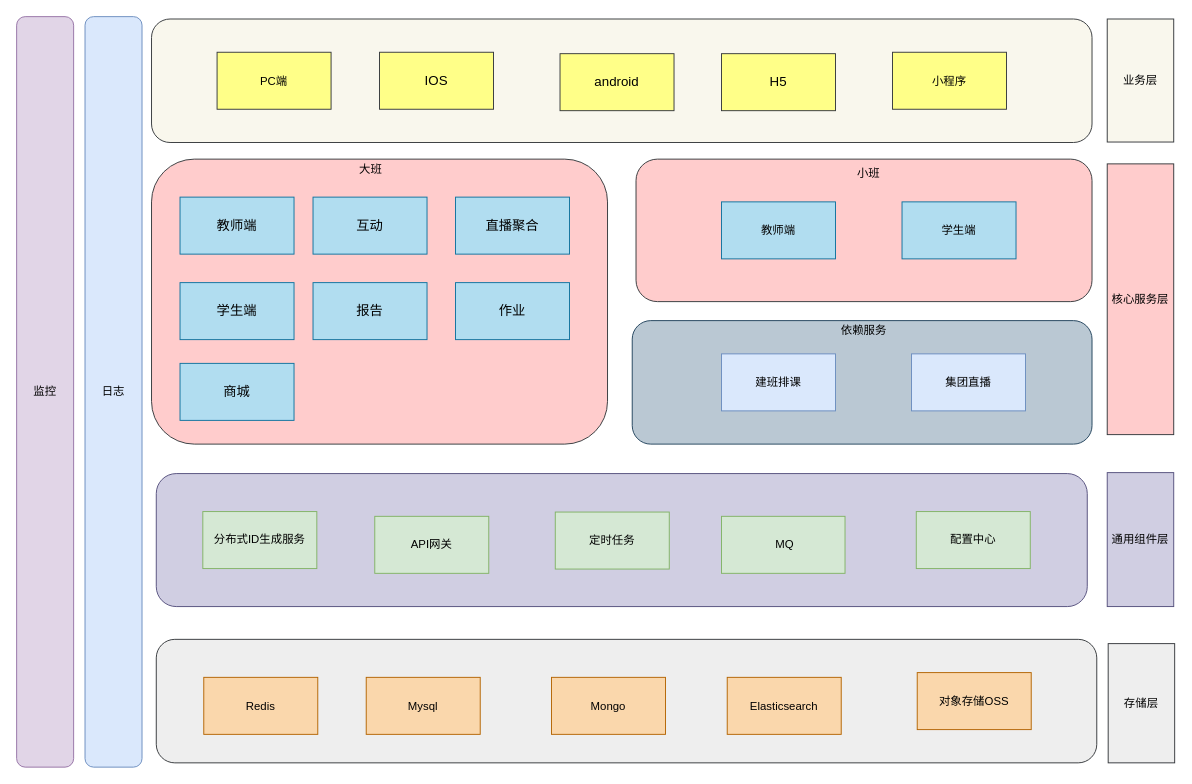
Before: src/main/resources/爱学习业务架构图.drawio in likedong/ho, a draw.io diagram. Source tidied: cells renumbered, new cells numbered last; positions are measured from the earlier drawing's top-left corner, leaving out a move shared by most shapes. Both pictures are drawn from the tidied source at 95%, with x=0, y=0 at pixel (16, 16).
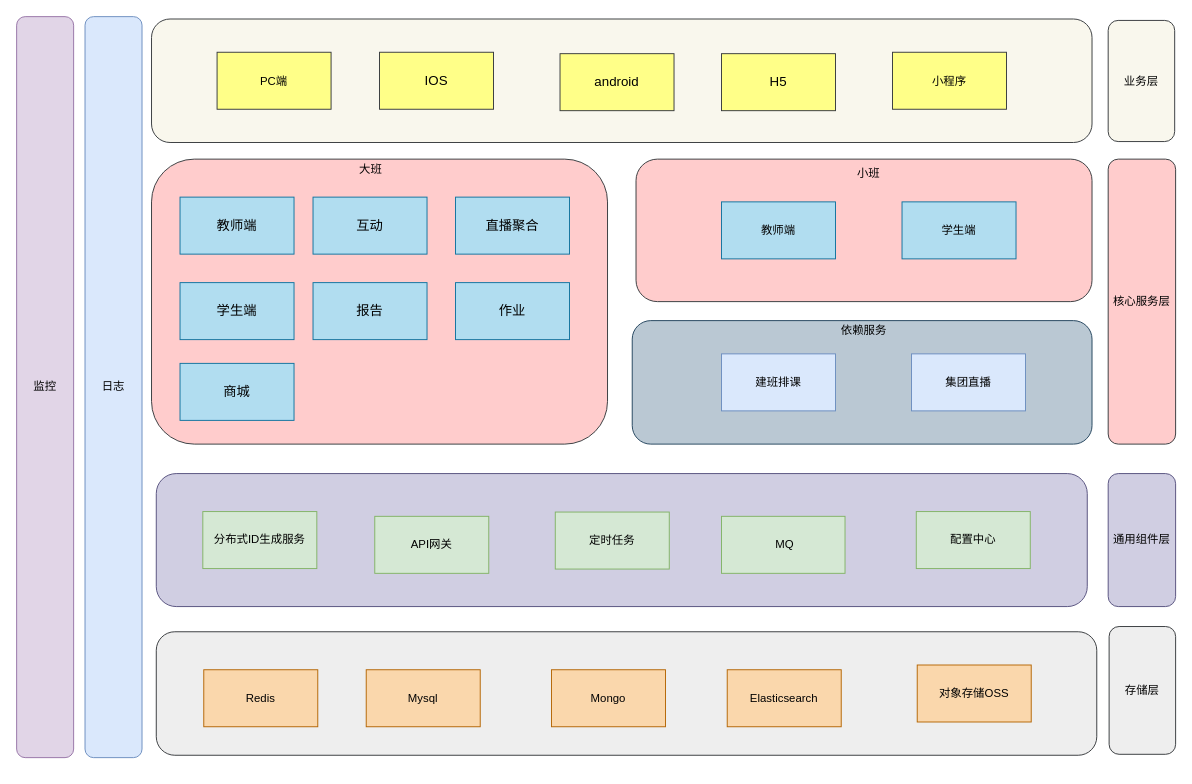
Above is the later version.

Commit message:
Update 爱学习业务架构图.drawio

Change to the diagram source:
```diff
@@
     <mxCell id="3" style="rounded=1;whiteSpace=wrap;html=1;fillColor=#eeeeee;strokeColor=#36393d;" parent="1" vertex="1">
-      <mxGeometry x="147" y="655.5" width="990" height="130" as="geometry" />
+      <mxGeometry x="147" y="647.5" width="990" height="130" as="geometry" />
     </mxCell>
@@
-    <mxCell id="23" value="业务层" style="rounded=0;whiteSpace=wrap;html=1;fillColor=#f9f7ed;strokeColor=#36393d;" parent="1" vertex="1">
-      <mxGeometry x="1148" y="2.5" width="70" height="129.5" as="geometry" />
-    </mxCell>
-    <mxCell id="24" value="核心服务层" style="rounded=0;whiteSpace=wrap;html=1;fillColor=#ffcccc;strokeColor=#36393d;" parent="1" vertex="1">
-      <mxGeometry x="1148" y="155" width="70" height="285" as="geometry" />
-    </mxCell>
-    <mxCell id="25" value="通用组件层" style="rounded=0;whiteSpace=wrap;html=1;fillColor=#d0cee2;strokeColor=#56517e;" parent="1" vertex="1">
-      <mxGeometry x="1148" y="480" width="70" height="141" as="geometry" />
-    </mxCell>
     <mxCell id="26" value="Redis" style="rounded=0;whiteSpace=wrap;html=1;fillColor=#fad7ac;strokeColor=#b46504;" parent="1" vertex="1">
-      <mxGeometry x="197" y="695.5" width="120" height="60" as="geometry" />
+      <mxGeometry x="197" y="687.5" width="120" height="60" as="geometry" />
     </mxCell>
     <mxCell id="27" value="Mysql" style="rounded=0;whiteSpace=wrap;html=1;fillColor=#fad7ac;strokeColor=#b46504;" parent="1" vertex="1">
-      <mxGeometry x="368" y="695.5" width="120" height="60" as="geometry" />
+      <mxGeometry x="368" y="687.5" width="120" height="60" as="geometry" />
     </mxCell>
@@
     <mxCell id="29" value="Mongo" style="rounded=0;whiteSpace=wrap;html=1;fillColor=#fad7ac;strokeColor=#b46504;" parent="1" vertex="1">
-      <mxGeometry x="563" y="695.5" width="120" height="60" as="geometry" />
+      <mxGeometry x="563" y="687.5" width="120" height="60" as="geometry" />
     </mxCell>
     <mxCell id="30" value="Elasticsearch" style="rounded=0;whiteSpace=wrap;html=1;fillColor=#fad7ac;strokeColor=#b46504;" parent="1" vertex="1">
-      <mxGeometry x="748" y="695.5" width="120" height="60" as="geometry" />
+      <mxGeometry x="748" y="687.5" width="120" height="60" as="geometry" />
     </mxCell>
@@
-    <mxCell id="33" value="存储层" style="rounded=0;whiteSpace=wrap;html=1;fillColor=#eeeeee;strokeColor=#36393d;" parent="1" vertex="1">
-      <mxGeometry x="1149" y="660" width="70" height="125.5" as="geometry" />
-    </mxCell>
@@
     <mxCell id="35" value="对象存储OSS" style="rounded=0;whiteSpace=wrap;html=1;fillColor=#fad7ac;strokeColor=#b46504;" parent="1" vertex="1">
-      <mxGeometry x="948" y="690.5" width="120" height="60" as="geometry" />
+      <mxGeometry x="948" y="682.5" width="120" height="60" as="geometry" />
     </mxCell>
     <mxCell id="36" value="日志" style="rounded=1;whiteSpace=wrap;html=1;fillColor=#dae8fc;strokeColor=#6c8ebf;" parent="1" vertex="1">
-      <mxGeometry x="72" width="60" height="790" as="geometry" />
+      <mxGeometry x="72" width="60" height="780" as="geometry" />
     </mxCell>
     <mxCell id="37" value="监控" style="rounded=1;whiteSpace=wrap;html=1;fillColor=#e1d5e7;strokeColor=#9673a6;" parent="1" vertex="1">
-      <mxGeometry width="60" height="790" as="geometry" />
+      <mxGeometry width="60" height="780" as="geometry" />
     </mxCell>
@@
+    <mxCell id="23" value="&lt;span&gt;业务层&lt;/span&gt;" style="rounded=1;whiteSpace=wrap;html=1;fillColor=#f9f7ed;strokeColor=#36393d;" parent="1" vertex="1">
+      <mxGeometry x="1149" y="4" width="70" height="127.5" as="geometry" />
+    </mxCell>
+    <mxCell id="33" value="&lt;span&gt;存储层&lt;/span&gt;" style="rounded=1;whiteSpace=wrap;html=1;fillColor=#eeeeee;strokeColor=#36393d;" parent="1" vertex="1">
+      <mxGeometry x="1150" y="642" width="70" height="134.5" as="geometry" />
+    </mxCell>
+    <mxCell id="25" value="&lt;span&gt;通用组件层&lt;/span&gt;" style="rounded=1;whiteSpace=wrap;html=1;fillColor=#d0cee2;strokeColor=#56517e;" parent="1" vertex="1">
+      <mxGeometry x="1149" y="481" width="71" height="140" as="geometry" />
+    </mxCell>
+    <mxCell id="24" value="&lt;span&gt;核心服务层&lt;/span&gt;" style="rounded=1;whiteSpace=wrap;html=1;fillColor=#ffcccc;strokeColor=#36393d;" parent="1" vertex="1">
+      <mxGeometry x="1149" y="150" width="71" height="300" as="geometry" />
+    </mxCell>
```
